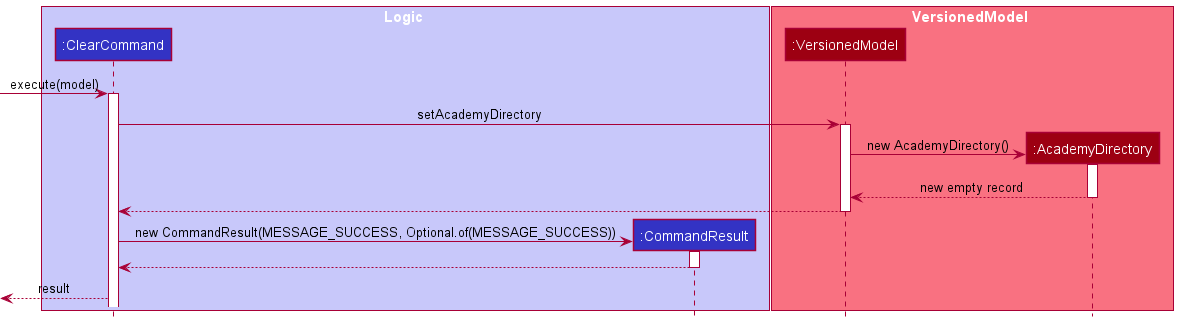
This is docs/images/dg/logic/commands/clearcommand/ClearCommandSequenceDiagram.png from nus-cs2103-AY2122S1/tp, a PlantUML export, as it was before one commit. Its source is kept beside it as docs/diagrams/logic/commands/clearcommand/ClearCommandSequenceDiagram.puml.
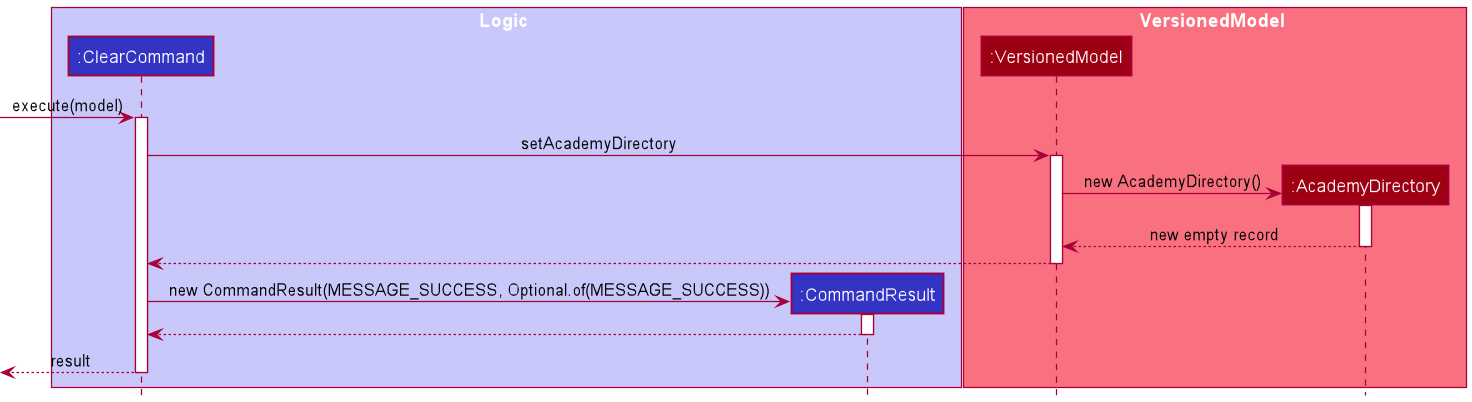
After the change.

Diff of the diagram source:
```diff
@@ -31,5 +31,5 @@
 deactivate commandResult
 
 <-- clearCommand: result
-
+deactivate clearCommand
 @enduml
```
